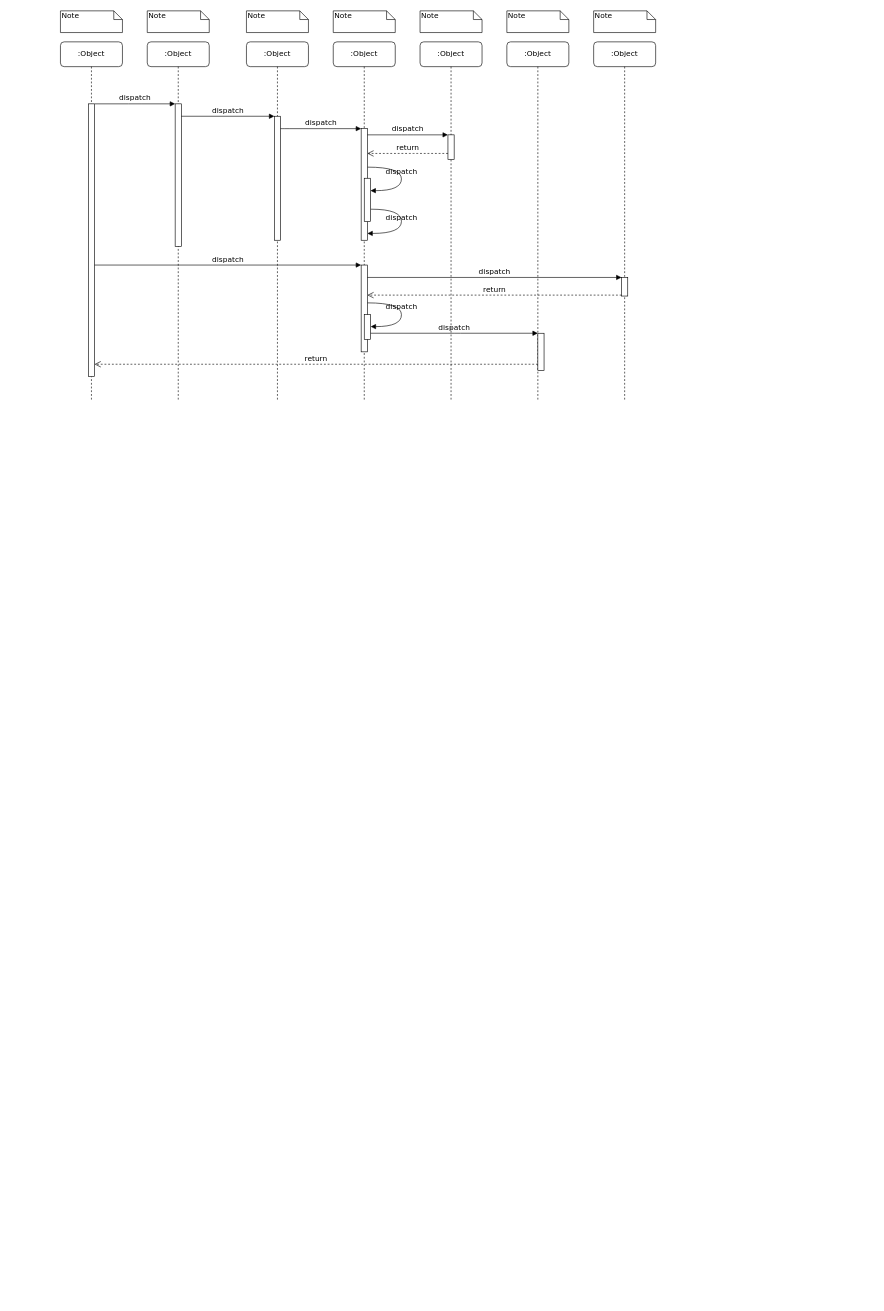
Above: game/工作需求.drawio in canyuan0801/drawio (draw.io), before the change. Source tidied: cells renumbered, new cells numbered last; positions are measured from the earlier drawing's top-left corner, leaving out a move shared by most shapes. Both pictures are drawn from the tidied source at 62%, with x=0, y=0 at pixel (60, 11).
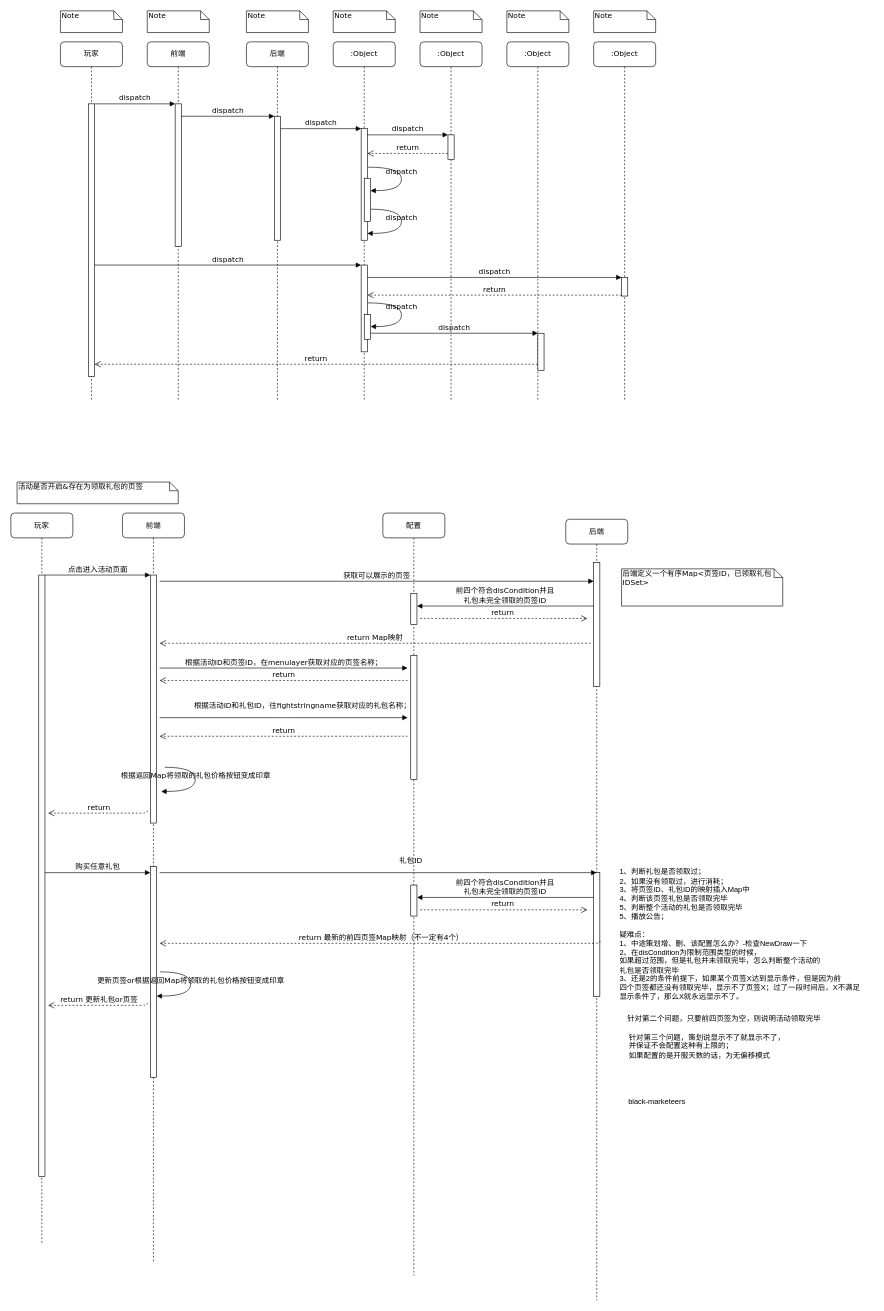
The same page after the edit.

Commit message:
更新工作需求.drawio

The edit, as a diff of the source:
```diff
@@
-    <mxCell id="2" value=":Object" style="shape=umlLifeline;perimeter=lifelinePerimeter;whiteSpace=wrap;html=1;rounded=1;shadow=0;comic=0;labelBackgroundColor=none;strokeWidth=1;fontFamily=Verdana;fontSize=12;align=center;" parent="1" vertex="1">
+    <mxCell id="2" value="前端" style="shape=umlLifeline;perimeter=lifelinePerimeter;whiteSpace=wrap;html=1;rounded=1;shadow=0;comic=0;labelBackgroundColor=none;strokeWidth=1;fontFamily=Verdana;fontSize=12;align=center;" parent="1" vertex="1">
       <mxGeometry x="140" y="50" width="100" height="580" as="geometry" />
     </mxCell>
@@
-    <mxCell id="4" value=":Object" style="shape=umlLifeline;perimeter=lifelinePerimeter;whiteSpace=wrap;html=1;rounded=1;shadow=0;comic=0;labelBackgroundColor=none;strokeWidth=1;fontFamily=Verdana;fontSize=12;align=center;" parent="1" vertex="1">
+    <mxCell id="4" value="后端" style="shape=umlLifeline;perimeter=lifelinePerimeter;whiteSpace=wrap;html=1;rounded=1;shadow=0;comic=0;labelBackgroundColor=none;strokeWidth=1;fontFamily=Verdana;fontSize=12;align=center;" parent="1" vertex="1">
       <mxGeometry x="300" y="50" width="100" height="580" as="geometry" />
     </mxCell>
@@
-    <mxCell id="10" value=":Object" style="shape=umlLifeline;perimeter=lifelinePerimeter;whiteSpace=wrap;html=1;rounded=1;shadow=0;comic=0;labelBackgroundColor=none;strokeWidth=1;fontFamily=Verdana;fontSize=12;align=center;" parent="1" vertex="1">
+    <mxCell id="10" value="玩家" style="shape=umlLifeline;perimeter=lifelinePerimeter;whiteSpace=wrap;html=1;rounded=1;shadow=0;comic=0;labelBackgroundColor=none;strokeWidth=1;fontFamily=Verdana;fontSize=12;align=center;" parent="1" vertex="1">
       <mxGeometry y="50" width="100" height="580" as="geometry" />
     </mxCell>
@@
+    <mxCell id="39" value="前端" style="shape=umlLifeline;perimeter=lifelinePerimeter;whiteSpace=wrap;html=1;rounded=1;shadow=0;comic=0;labelBackgroundColor=none;strokeWidth=1;fontFamily=Verdana;fontSize=12;align=center;" parent="1" vertex="1">
+      <mxGeometry x="100" y="810" width="100" height="1210" as="geometry" />
+    </mxCell>
+    <mxCell id="40" style="html=1;points=[];perimeter=orthogonalPerimeter;rounded=0;shadow=0;comic=0;labelBackgroundColor=none;strokeWidth=1;fontFamily=Verdana;fontSize=12;align=center;" parent="39" vertex="1">
+      <mxGeometry x="45" y="100" width="10" height="400" as="geometry" />
+    </mxCell>
+    <mxCell id="41" value="根据返回Map将领取的礼包价格按钮变成印章" style="html=1;verticalAlign=bottom;endArrow=block;labelBackgroundColor=none;fontFamily=Verdana;fontSize=12;elbow=vertical;edgeStyle=orthogonalEdgeStyle;curved=1;exitX=1.066;exitY=0.713;exitPerimeter=0;" parent="39" edge="1">
+      <mxGeometry relative="1" as="geometry">
+        <mxPoint x="68.2" y="410" as="sourcePoint" />
+        <mxPoint x="62.5" y="449.1" as="targetPoint" />
+        <Array as="points">
+          <mxPoint x="117.5" y="410.1" />
+          <mxPoint x="117.5" y="449.1" />
+        </Array>
+      </mxGeometry>
+    </mxCell>
+    <mxCell id="42" style="html=1;perimeter=orthogonalPerimeter;rounded=0;shadow=0;comic=0;labelBackgroundColor=none;strokeWidth=1;fontFamily=Verdana;fontSize=12;align=center;" parent="39" vertex="1">
+      <mxGeometry x="45" y="570" width="10" height="340" as="geometry" />
+    </mxCell>
+    <mxCell id="43" value="购买任意礼包" style="html=1;verticalAlign=bottom;endArrow=block;entryX=0;entryY=0;labelBackgroundColor=none;fontFamily=Verdana;fontSize=12;edgeStyle=elbowEdgeStyle;elbow=vertical;" parent="39" edge="1">
+      <mxGeometry relative="1" as="geometry">
+        <mxPoint x="-125" y="580" as="sourcePoint" />
+        <mxPoint x="45" y="580" as="targetPoint" />
+      </mxGeometry>
+    </mxCell>
+    <mxCell id="44" value="更新页签or根据返回Map将领取的礼包价格按钮变成印章" style="html=1;verticalAlign=bottom;endArrow=block;labelBackgroundColor=none;fontFamily=Verdana;fontSize=12;elbow=vertical;edgeStyle=orthogonalEdgeStyle;curved=1;exitX=1.066;exitY=0.713;exitPerimeter=0;" parent="39" edge="1">
+      <mxGeometry relative="1" as="geometry">
+        <mxPoint x="60.7" y="740" as="sourcePoint" />
+        <mxPoint x="55" y="779.1" as="targetPoint" />
+        <Array as="points">
+          <mxPoint x="110" y="740.1" />
+          <mxPoint x="110" y="779.1" />
+        </Array>
+      </mxGeometry>
+    </mxCell>
+    <mxCell id="45" value="return 更新礼包or页签" style="html=1;verticalAlign=bottom;endArrow=open;dashed=1;endSize=8;labelBackgroundColor=none;fontFamily=Verdana;fontSize=12;edgeStyle=elbowEdgeStyle;elbow=vertical;" parent="39" edge="1">
+      <mxGeometry relative="1" as="geometry">
+        <mxPoint x="40" y="790" as="sourcePoint" />
+        <mxPoint x="-120" y="794" as="targetPoint" />
+        <Array as="points">
+          <mxPoint x="275" y="794" />
+        </Array>
+      </mxGeometry>
+    </mxCell>
+    <mxCell id="46" value="后端" style="shape=umlLifeline;perimeter=lifelinePerimeter;whiteSpace=wrap;html=1;outlineConnect=0;rounded=1;shadow=0;comic=0;labelBackgroundColor=none;strokeWidth=1;fontFamily=Verdana;fontSize=12;align=center;" parent="1" vertex="1">
+      <mxGeometry x="815" y="820" width="100" height="1260" as="geometry" />
+    </mxCell>
+    <mxCell id="47" style="html=1;perimeter=orthogonalPerimeter;rounded=0;shadow=0;comic=0;labelBackgroundColor=none;strokeWidth=1;fontFamily=Verdana;fontSize=12;align=center;" parent="46" vertex="1">
+      <mxGeometry x="45" y="70" width="10" height="200" as="geometry" />
+    </mxCell>
+    <mxCell id="48" style="html=1;perimeter=orthogonalPerimeter;rounded=0;shadow=0;comic=0;labelBackgroundColor=none;strokeWidth=1;fontFamily=Verdana;fontSize=12;align=center;" parent="46" vertex="1">
+      <mxGeometry x="45" y="570" width="10" height="200" as="geometry" />
+    </mxCell>
+    <mxCell id="49" value="玩家" style="shape=umlLifeline;perimeter=lifelinePerimeter;whiteSpace=wrap;html=1;rounded=1;shadow=0;comic=0;labelBackgroundColor=none;strokeWidth=1;fontFamily=Verdana;fontSize=12;align=center;" parent="1" vertex="1">
+      <mxGeometry x="-80" y="810" width="100" height="1180" as="geometry" />
+    </mxCell>
+    <mxCell id="50" style="html=1;points=[];perimeter=orthogonalPerimeter;rounded=0;shadow=0;comic=0;labelBackgroundColor=none;strokeWidth=1;fontFamily=Verdana;fontSize=12;align=center;" parent="49" vertex="1">
+      <mxGeometry x="45" y="100" width="10" height="970" as="geometry" />
+    </mxCell>
+    <mxCell id="51" value="点击进入活动页面" style="html=1;verticalAlign=bottom;endArrow=block;entryX=0;entryY=0;labelBackgroundColor=none;fontFamily=Verdana;fontSize=12;edgeStyle=elbowEdgeStyle;elbow=vertical;" parent="1" edge="1" source="50" target="40">
+      <mxGeometry relative="1" as="geometry" />
+    </mxCell>
+    <mxCell id="52" value="后端定义一个有序Map&amp;lt;页签ID，已领取礼包IDSet&amp;gt;" style="shape=note;whiteSpace=wrap;html=1;size=14;verticalAlign=top;align=left;spacingTop=-6;rounded=0;shadow=0;comic=0;labelBackgroundColor=none;strokeWidth=1;fontFamily=Verdana;fontSize=12;" parent="1" vertex="1">
+      <mxGeometry x="905" y="900" width="260" height="60" as="geometry" />
+    </mxCell>
+    <mxCell id="53" value="配置" style="shape=umlLifeline;perimeter=lifelinePerimeter;whiteSpace=wrap;html=1;rounded=1;shadow=0;comic=0;labelBackgroundColor=none;strokeWidth=1;fontFamily=Verdana;fontSize=12;align=center;" parent="1" vertex="1">
+      <mxGeometry x="520" y="810" width="100" height="1230" as="geometry" />
+    </mxCell>
+    <mxCell id="54" style="html=1;perimeter=orthogonalPerimeter;rounded=0;shadow=0;comic=0;labelBackgroundColor=none;strokeWidth=1;fontFamily=Verdana;fontSize=12;align=center;" parent="53" vertex="1">
+      <mxGeometry x="45" y="230" width="10" height="200" as="geometry" />
+    </mxCell>
+    <mxCell id="55" style="html=1;perimeter=orthogonalPerimeter;rounded=0;shadow=0;comic=0;labelBackgroundColor=none;strokeWidth=1;fontFamily=Verdana;fontSize=12;align=center;" parent="53" vertex="1">
+      <mxGeometry x="45" y="130" width="10" height="50" as="geometry" />
+    </mxCell>
+    <mxCell id="56" style="html=1;perimeter=orthogonalPerimeter;rounded=0;shadow=0;comic=0;labelBackgroundColor=none;strokeWidth=1;fontFamily=Verdana;fontSize=12;align=center;" parent="53" vertex="1">
+      <mxGeometry x="45" y="600" width="10" height="50" as="geometry" />
+    </mxCell>
+    <mxCell id="57" value="获取可以展示的页签" style="html=1;verticalAlign=bottom;endArrow=block;labelBackgroundColor=none;fontFamily=Verdana;fontSize=12;edgeStyle=elbowEdgeStyle;elbow=vertical;" parent="1" edge="1">
+      <mxGeometry relative="1" as="geometry">
+        <mxPoint x="160" y="920" as="sourcePoint" />
+        <mxPoint x="860" y="920" as="targetPoint" />
+      </mxGeometry>
+    </mxCell>
+    <mxCell id="58" value="活动是否开启&amp;amp;存在为领取礼包的页签" style="shape=note;whiteSpace=wrap;html=1;size=14;verticalAlign=top;align=left;spacingTop=-6;rounded=0;shadow=0;comic=0;labelBackgroundColor=none;strokeWidth=1;fontFamily=Verdana;fontSize=12;" parent="1" vertex="1">
+      <mxGeometry x="-70" y="760" width="260" height="35" as="geometry" />
+    </mxCell>
+    <mxCell id="59" value="根据活动ID和页签ID，在menulayer获取对应的页签名称；" style="html=1;verticalAlign=bottom;endArrow=block;labelBackgroundColor=none;fontFamily=Verdana;fontSize=12;edgeStyle=elbowEdgeStyle;elbow=vertical;" parent="1" edge="1">
+      <mxGeometry relative="1" as="geometry">
+        <mxPoint x="160" y="1060" as="sourcePoint" />
+        <mxPoint x="560" y="1060" as="targetPoint" />
+      </mxGeometry>
+    </mxCell>
+    <mxCell id="60" value="return" style="html=1;verticalAlign=bottom;endArrow=open;dashed=1;endSize=8;labelBackgroundColor=none;fontFamily=Verdana;fontSize=12;edgeStyle=elbowEdgeStyle;elbow=vertical;" parent="1" edge="1">
+      <mxGeometry relative="1" as="geometry">
+        <mxPoint x="560" y="1080" as="sourcePoint" />
+        <mxPoint x="160" y="1080" as="targetPoint" />
+        <Array as="points">
+          <mxPoint x="555" y="1080" />
+        </Array>
+      </mxGeometry>
+    </mxCell>
+    <mxCell id="61" value="根据活动ID和礼包ID，往fightstringname获取对应的礼包名称；" style="html=1;verticalAlign=bottom;endArrow=block;labelBackgroundColor=none;fontFamily=Verdana;fontSize=12;edgeStyle=elbowEdgeStyle;elbow=vertical;" parent="1" edge="1">
+      <mxGeometry x="0.15" y="10" relative="1" as="geometry">
+        <mxPoint x="160" y="1140" as="sourcePoint" />
+        <mxPoint x="560" y="1140" as="targetPoint" />
+      </mxGeometry>
+    </mxCell>
+    <mxCell id="62" value="return" style="html=1;verticalAlign=bottom;endArrow=open;dashed=1;endSize=8;labelBackgroundColor=none;fontFamily=Verdana;fontSize=12;edgeStyle=elbowEdgeStyle;elbow=vertical;" parent="1" edge="1">
+      <mxGeometry relative="1" as="geometry">
+        <mxPoint x="560" y="1170" as="sourcePoint" />
+        <mxPoint x="160" y="1170" as="targetPoint" />
+        <Array as="points">
+          <mxPoint x="555" y="1170" />
+        </Array>
+      </mxGeometry>
+    </mxCell>
+    <mxCell id="63" value="return" style="html=1;verticalAlign=bottom;endArrow=open;dashed=1;endSize=8;labelBackgroundColor=none;fontFamily=Verdana;fontSize=12;edgeStyle=elbowEdgeStyle;elbow=vertical;" parent="1" edge="1">
+      <mxGeometry relative="1" as="geometry">
+        <mxPoint x="140" y="1290" as="sourcePoint" />
+        <mxPoint x="-20" y="1294" as="targetPoint" />
+        <Array as="points">
+          <mxPoint x="375" y="1294" />
+        </Array>
+      </mxGeometry>
+    </mxCell>
+    <mxCell id="64" value="礼包ID" style="html=1;verticalAlign=bottom;endArrow=block;labelBackgroundColor=none;fontFamily=Verdana;fontSize=12;edgeStyle=elbowEdgeStyle;elbow=vertical;" parent="1" edge="1" target="46">
+      <mxGeometry x="0.15" y="10" relative="1" as="geometry">
+        <mxPoint x="160" y="1390" as="sourcePoint" />
+      </mxGeometry>
+    </mxCell>
+    <mxCell id="65" value="1、判断礼包是否领取过；&lt;br&gt;&lt;div style=&quot;&quot;&gt;&lt;span style=&quot;background-color: initial;&quot;&gt;2、如果没有领取过，进行消耗；&lt;/span&gt;&lt;/div&gt;&lt;div style=&quot;&quot;&gt;&lt;span style=&quot;background-color: initial;&quot;&gt;3、将页签ID、礼包ID的映射插入Map中&lt;/span&gt;&lt;/div&gt;&lt;div style=&quot;&quot;&gt;&lt;span style=&quot;background-color: initial;&quot;&gt;4、判断该页签礼包是否领取完毕&lt;/span&gt;&lt;/div&gt;&lt;div style=&quot;&quot;&gt;&lt;span style=&quot;background-color: initial;&quot;&gt;5、判断整个活动的礼包是否领取完毕&lt;/span&gt;&lt;/div&gt;&lt;div style=&quot;&quot;&gt;&lt;span style=&quot;background-color: initial;&quot;&gt;5、播放公告；&lt;/span&gt;&lt;/div&gt;" style="text;html=1;align=left;verticalAlign=middle;strokeColor=none;fillColor=none;" parent="1" vertex="1">
+      <mxGeometry x="900" y="1375" width="230" height="100" as="geometry" />
+    </mxCell>
+    <mxCell id="66" value="疑难点：&lt;br&gt;1、中途策划增、删、该配置怎么办？-检查NewDraw一下&lt;br&gt;2、在disCondition为限制范围类型的时候，&lt;br&gt;如果超过范围，但是礼包并未领取完毕，怎么判断整个活动的&lt;br&gt;礼包是否领取完毕&lt;br&gt;3、还是2的条件前提下，如果某个页签X达到显示条件，但是因为前&lt;br&gt;四个页签都还没有领取完毕，显示不了页签X；过了一段时间后，X不满足&lt;br&gt;显示条件了，那么X就永远显示不了。" style="text;html=1;align=left;verticalAlign=middle;strokeColor=none;fillColor=none;" parent="1" vertex="1">
+      <mxGeometry x="900" y="1475" width="410" height="130" as="geometry" />
+    </mxCell>
+    <mxCell id="67" value="return Map映射" style="html=1;verticalAlign=bottom;endArrow=open;dashed=1;endSize=8;labelBackgroundColor=none;fontFamily=Verdana;fontSize=12;edgeStyle=elbowEdgeStyle;elbow=vertical;" parent="1" edge="1">
+      <mxGeometry relative="1" as="geometry">
+        <mxPoint x="855" y="1020" as="sourcePoint" />
+        <mxPoint x="160" y="1020" as="targetPoint" />
+        <Array as="points">
+          <mxPoint x="555" y="1020" />
+        </Array>
+      </mxGeometry>
+    </mxCell>
+    <mxCell id="68" value="return&amp;nbsp;" style="html=1;verticalAlign=bottom;endArrow=open;dashed=1;endSize=8;labelBackgroundColor=none;fontFamily=Verdana;fontSize=12;edgeStyle=elbowEdgeStyle;elbow=vertical;" parent="1" edge="1">
+      <mxGeometry relative="1" as="geometry">
+        <mxPoint x="580" y="980" as="sourcePoint" />
+        <mxPoint x="850" y="980" as="targetPoint" />
+        <Array as="points">
+          <mxPoint x="690" y="980" />
+          <mxPoint x="645" y="980" />
+        </Array>
+      </mxGeometry>
+    </mxCell>
+    <mxCell id="69" value="前四个符合disCondition并且&lt;br&gt;礼包未完全领取的页签ID" style="html=1;verticalAlign=bottom;endArrow=block;labelBackgroundColor=none;fontFamily=Verdana;fontSize=12;edgeStyle=elbowEdgeStyle;elbow=vertical;" parent="1" edge="1">
+      <mxGeometry relative="1" as="geometry">
+        <mxPoint x="860" y="960" as="sourcePoint" />
+        <mxPoint x="575" y="960" as="targetPoint" />
+        <Array as="points">
+          <mxPoint x="575.1" y="960" />
+        </Array>
+      </mxGeometry>
+    </mxCell>
+    <mxCell id="70" value="return 最新的前四页签Map映射（不一定有4个）" style="html=1;verticalAlign=bottom;endArrow=open;dashed=1;endSize=8;labelBackgroundColor=none;fontFamily=Verdana;fontSize=12;edgeStyle=elbowEdgeStyle;elbow=vertical;" parent="1" edge="1">
+      <mxGeometry relative="1" as="geometry">
+        <mxPoint x="870" y="1500" as="sourcePoint" />
+        <mxPoint x="160" y="1504" as="targetPoint" />
+        <Array as="points">
+          <mxPoint x="1105" y="1504" />
+        </Array>
+      </mxGeometry>
+    </mxCell>
+    <mxCell id="71" value="return&amp;nbsp;" style="html=1;verticalAlign=bottom;endArrow=open;dashed=1;endSize=8;labelBackgroundColor=none;fontFamily=Verdana;fontSize=12;edgeStyle=elbowEdgeStyle;elbow=vertical;" parent="1" edge="1">
+      <mxGeometry relative="1" as="geometry">
+        <mxPoint x="580" y="1450" as="sourcePoint" />
+        <mxPoint x="850" y="1450" as="targetPoint" />
+        <Array as="points">
+          <mxPoint x="690" y="1450" />
+          <mxPoint x="645" y="1450" />
+        </Array>
+      </mxGeometry>
+    </mxCell>
+    <mxCell id="72" value="前四个符合disCondition并且&lt;br&gt;礼包未完全领取的页签ID" style="html=1;verticalAlign=bottom;endArrow=block;labelBackgroundColor=none;fontFamily=Verdana;fontSize=12;edgeStyle=elbowEdgeStyle;elbow=vertical;" parent="1" edge="1">
+      <mxGeometry relative="1" as="geometry">
+        <mxPoint x="860" y="1430" as="sourcePoint" />
+        <mxPoint x="575" y="1430" as="targetPoint" />
+        <Array as="points">
+          <mxPoint x="575.1" y="1430" />
+        </Array>
+      </mxGeometry>
+    </mxCell>
+    <mxCell id="73" value="针对第二个问题，只要前四页签为空，则说明活动领取完毕" style="text;html=1;align=center;verticalAlign=middle;strokeColor=none;fillColor=none;" parent="1" vertex="1">
+      <mxGeometry x="900" y="1610" width="340" height="30" as="geometry" />
+    </mxCell>
+    <mxCell id="74" value="针对第三个问题，策划说显示不了就显示不了，&lt;br&gt;并保证不会配置这种有上限的；&lt;br&gt;如果配置的是开服天数的话，为无偏移模式" style="text;html=1;align=left;verticalAlign=middle;strokeColor=none;fillColor=none;" parent="1" vertex="1">
+      <mxGeometry x="915" y="1640" width="280" height="60" as="geometry" />
+    </mxCell>
+    <mxCell id="75" value="&amp;nbsp;black-marketeers" style="text;html=1;align=center;verticalAlign=middle;strokeColor=none;fillColor=none;" parent="1" vertex="1">
+      <mxGeometry x="900" y="1745" width="120" height="30" as="geometry" />
+    </mxCell>
```
